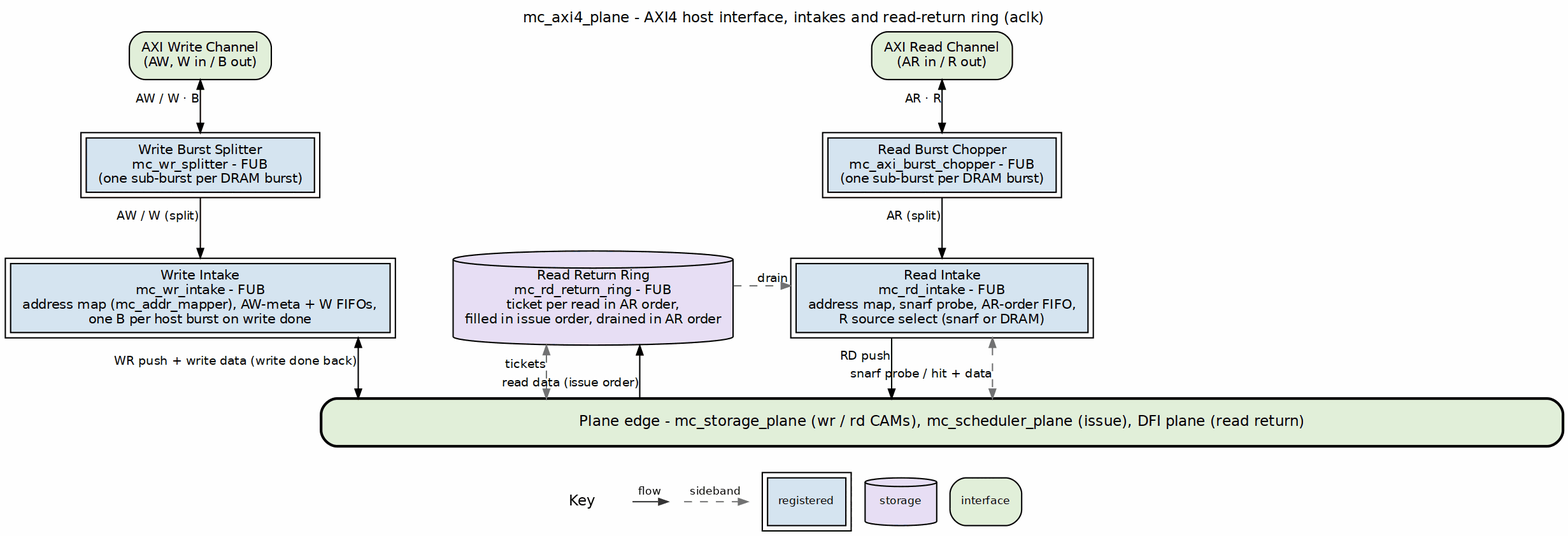
Earlier version of the Graphviz export projects/components/mem-ctrl-ip/common-ip/docs/common_mas/assets/graphviz/01_mc_axi4_plane.png (sean-galloway/RTLDesignSherpa). Its source is kept beside it as projects/components/mem-ctrl-ip/common-ip/docs/common_mas/assets/graphviz/01_mc_axi4_plane.dot.
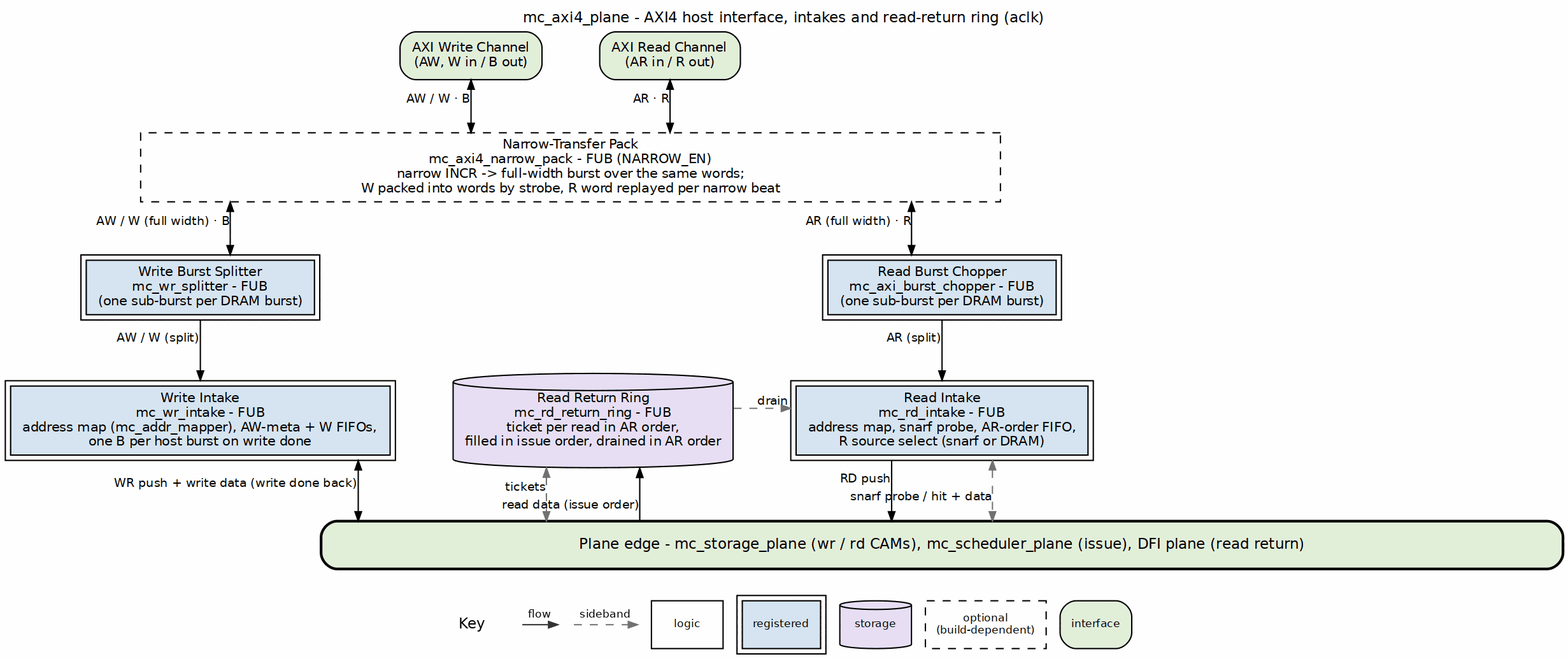
After the change.

Diff of the diagram source:
```diff
@@ -10,6 +10,9 @@
     axi_wr [label="AXI Write Channel\n(AW, W in / B out)", fillcolor="white", group=W, style="rounded,filled", fillcolor="#E2EFDA"];
     axi_rd [label="AXI Read Channel\n(AR in / R out)", fillcolor="white", group=R, style="rounded,filled", fillcolor="#E2EFDA"];
 
+    narrow [label="Narrow-Transfer Pack\nmc_axi4_narrow_pack - FUB (NARROW_EN)\nnarrow INCR -> full-width burst over the same words;\nW packed into words by strobe, R word replayed per narrow beat",
+            width=9, style="filled,dashed", fillcolor="white"];
+
     wr_split [label="Write Burst Splitter\nmc_wr_splitter - FUB\n(one sub-burst per DRAM burst)", group=W, peripheries=2, style="filled", fillcolor="#D6E4F0"];
     rd_chop  [label="Read Burst Chopper\nmc_axi_burst_chopper - FUB\n(one sub-burst per DRAM burst)", group=R, peripheries=2, style="filled", fillcolor="#D6E4F0"];
 
@@ -21,9 +24,11 @@
     bar [label="Plane edge - mc_storage_plane (wr / rd CAMs), mc_scheduler_plane (issue), DFI plane (read return)",
          fillcolor="white", width=13, height=0.5, fontsize=11, style="rounded,filled,bold", fillcolor="#E2EFDA"];
 
-    axi_wr   -> wr_split  [dir=both, xlabel="AW / W · B"];
+    axi_wr   -> narrow    [dir=both, xlabel="AW / W · B"];
+    axi_rd   -> narrow    [dir=both, xlabel="AR · R"];
+    narrow   -> wr_split  [dir=both, xlabel="AW / W (full width) · B"];
+    narrow   -> rd_chop   [dir=both, xlabel="AR (full width) · R"];
     wr_split -> wr_intake [xlabel="AW / W (split)"];
-    axi_rd   -> rd_chop   [dir=both, xlabel="AR · R"];
     rd_chop  -> rd_intake [xlabel="AR (split)"];
 
     wr_intake -> bar [dir=both, xlabel="WR push + write data (write done back)"];
```
